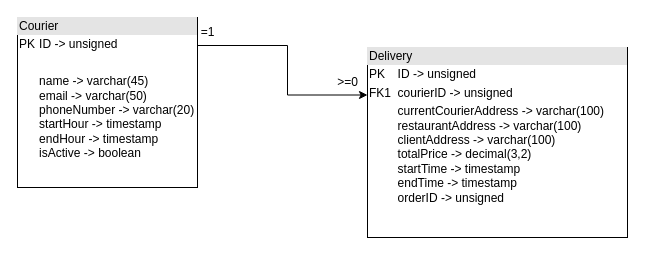
Earlier version of the draw.io diagram page "Model (Courier management)" (6 of 7) of docs/model+ui+endpoints.drawio (Uber-Summer-Practice-Sofia-2022/uber-summer-practice-docs-faq). Source tidied: cells renumbered, new cells numbered last; positions are measured from the earlier drawing's top-left corner, leaving out a move shared by most shapes. Both pictures are drawn from the tidied source at 100%, with x=0, y=0 at pixel (17, 17).
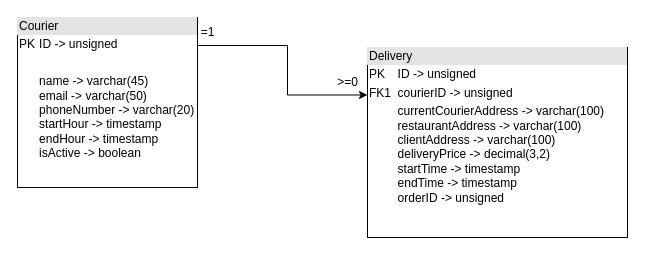
The same diagram, later.

Diff of the diagram source:
```diff
@@
 <mxGraphModel>
   <root>
     <mxCell id="0" />
     <mxCell id="1" parent="0" />
     <mxCell id="2" style="edgeStyle=orthogonalEdgeStyle;rounded=0;jettySize=auto;html=1;entryX=0;entryY=0.25;entryDx=0;entryDy=0;" parent="1" edge="1" source="3" target="4">
       <mxGeometry relative="1" as="geometry">
         <Array as="points">
           <mxPoint x="270" y="28" />
         </Array>
       </mxGeometry>
     </mxCell>
     <mxCell id="3" value="&lt;div style=&quot;box-sizing:border-box;width:100%;background:#e4e4e4;padding:2px;&quot;&gt;Courier&lt;/div&gt;&lt;table style=&quot;width:100%;font-size:1em;&quot; cellpadding=&quot;2&quot; cellspacing=&quot;0&quot;&gt;&lt;tbody&gt;&lt;tr&gt;&lt;td&gt;PK&lt;/td&gt;&lt;td&gt;ID -&amp;gt; unsigned&lt;/td&gt;&lt;/tr&gt;&lt;tr&gt;&lt;td&gt;&lt;br&gt;&lt;/td&gt;&lt;td&gt;&lt;br&gt;&lt;/td&gt;&lt;/tr&gt;&lt;tr&gt;&lt;td&gt;&lt;/td&gt;&lt;td&gt;name -&amp;gt; varchar(45)&lt;br&gt;email -&amp;gt; varchar(50)&lt;br&gt;phoneNumber -&amp;gt; varchar(20)&lt;br&gt;startHour -&amp;gt; timestamp&lt;br&gt;endHour -&amp;gt; timestamp&lt;br&gt;isActive -&amp;gt; boolean&lt;br&gt;&lt;br&gt;&lt;br&gt;&lt;/td&gt;&lt;/tr&gt;&lt;/tbody&gt;&lt;/table&gt;" style="verticalAlign=top;align=left;overflow=fill;html=1;" parent="1" vertex="1">
       <mxGeometry width="180" height="170" as="geometry" />
     </mxCell>
-    <mxCell id="4" value="&lt;div style=&quot;box-sizing:border-box;width:100%;background:#e4e4e4;padding:2px;&quot;&gt;Delivery&lt;/div&gt;&lt;table style=&quot;width:100%;font-size:1em;&quot; cellpadding=&quot;2&quot; cellspacing=&quot;0&quot;&gt;&lt;tbody&gt;&lt;tr&gt;&lt;td&gt;PK&lt;/td&gt;&lt;td&gt;ID -&amp;gt; unsigned&lt;/td&gt;&lt;/tr&gt;&lt;tr&gt;&lt;td&gt;FK1&lt;/td&gt;&lt;td&gt;courierID -&amp;gt; unsigned&lt;/td&gt;&lt;/tr&gt;&lt;tr&gt;&lt;td&gt;&lt;span style=&quot;white-space: pre;&quot;&gt; &lt;/span&gt;&lt;/td&gt;&lt;td&gt;currentCourierAddress -&amp;gt; varchar(100)&lt;br&gt;restaurantAddress -&amp;gt; varchar(100)&lt;br&gt;clientAddress -&amp;gt; varchar(100)&lt;br&gt;totalPrice -&amp;gt; decimal(3,2)&lt;br&gt;startTime -&amp;gt; timestamp&lt;br&gt;endTime -&amp;gt; timestamp&lt;br&gt;orderID -&amp;gt; unsigned&lt;br&gt;&lt;br&gt;&lt;/td&gt;&lt;/tr&gt;&lt;/tbody&gt;&lt;/table&gt;" style="verticalAlign=top;align=left;overflow=fill;html=1;" parent="1" vertex="1">
+    <mxCell id="4" value="&lt;div style=&quot;box-sizing:border-box;width:100%;background:#e4e4e4;padding:2px;&quot;&gt;Delivery&lt;/div&gt;&lt;table style=&quot;width:100%;font-size:1em;&quot; cellpadding=&quot;2&quot; cellspacing=&quot;0&quot;&gt;&lt;tbody&gt;&lt;tr&gt;&lt;td&gt;PK&lt;/td&gt;&lt;td&gt;ID -&amp;gt; unsigned&lt;/td&gt;&lt;/tr&gt;&lt;tr&gt;&lt;td&gt;FK1&lt;/td&gt;&lt;td&gt;courierID -&amp;gt; unsigned&lt;/td&gt;&lt;/tr&gt;&lt;tr&gt;&lt;td&gt;&lt;span style=&quot;white-space: pre;&quot;&gt; &lt;/span&gt;&lt;/td&gt;&lt;td&gt;currentCourierAddress -&amp;gt; varchar(100)&lt;br&gt;restaurantAddress -&amp;gt; varchar(100)&lt;br&gt;clientAddress -&amp;gt; varchar(100)&lt;br&gt;deliveryPrice -&amp;gt; decimal(3,2)&lt;br&gt;startTime -&amp;gt; timestamp&lt;br&gt;endTime -&amp;gt; timestamp&lt;br&gt;orderID -&amp;gt; unsigned&lt;br&gt;&lt;br&gt;&lt;/td&gt;&lt;/tr&gt;&lt;/tbody&gt;&lt;/table&gt;" style="verticalAlign=top;align=left;overflow=fill;html=1;" parent="1" vertex="1">
       <mxGeometry x="350" y="30" width="260" height="190" as="geometry" />
     </mxCell>
     <mxCell id="5" value="=1&lt;br&gt;" style="text;html=1;align=center;verticalAlign=middle;strokeColor=none;fillColor=none;" parent="1" vertex="1">
       <mxGeometry x="170" width="40" height="30" as="geometry" />
     </mxCell>
     <mxCell id="6" value="&amp;gt;=0" style="text;html=1;align=center;verticalAlign=middle;strokeColor=none;fillColor=none;" parent="1" vertex="1">
       <mxGeometry x="310" y="50" width="40" height="30" as="geometry" />
     </mxCell>
   </root>
 </mxGraphModel>
```
